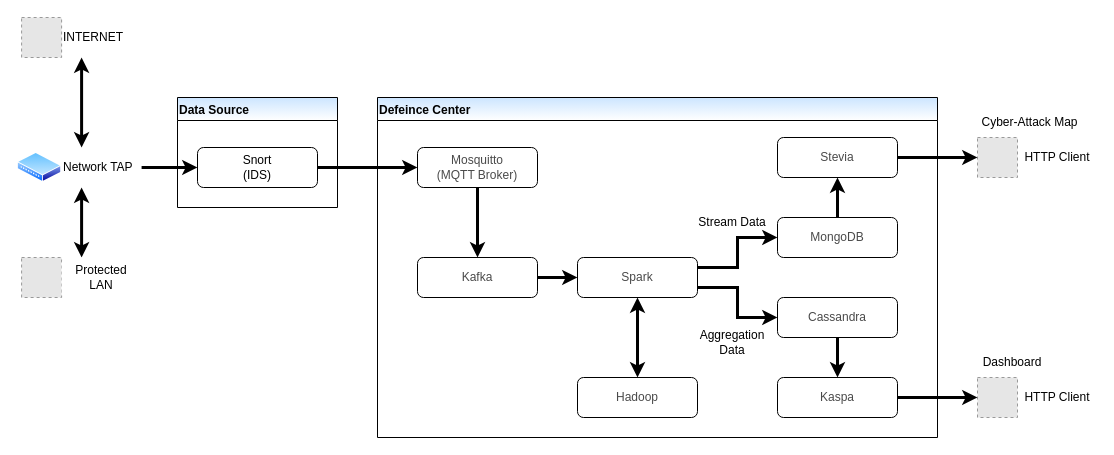
mata-elang-stable/DevelopersGuide keeps this draw.io diagram as page "R&D" (1 of 22) of Developer's Guide/MataElang Services.drawio. Above is the earlier version. Source tidied: cells renumbered, new cells numbered last; positions are measured from the earlier drawing's top-left corner, leaving out a move shared by most shapes. Both pictures are drawn from the tidied source at 100%, with x=0, y=0 at pixel (17, 17). Pictures stored in the file or linked from it are replaced by grey dashed boxes.
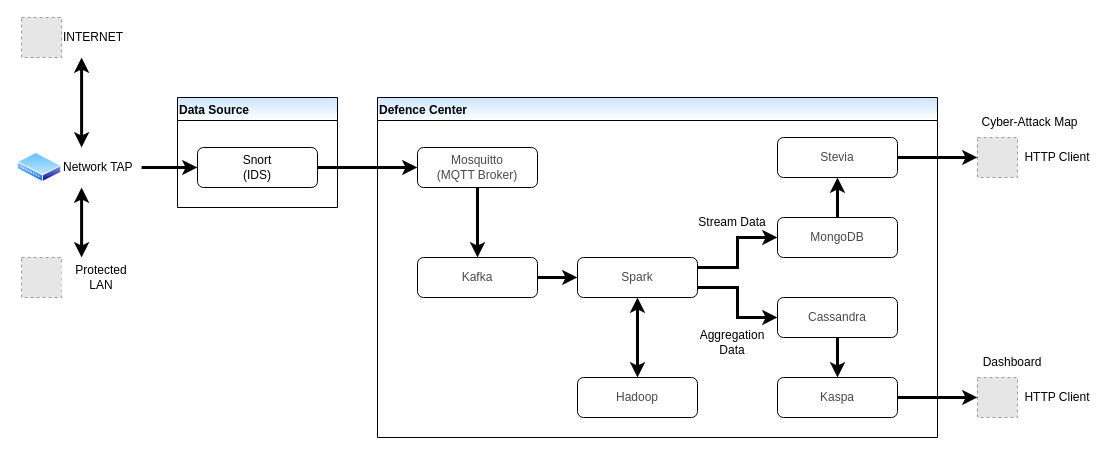
After the change.

Diff of the diagram source:
```diff
@@
-    <mxCell id="17" value="Defeince Center" style="swimlane;strokeColor=default;fillColor=#CCE5FF;align=left;gradientColor=#ffffff;swimlaneFillColor=none;" parent="1" vertex="1">
+    <mxCell id="17" value="Defence Center" style="swimlane;strokeColor=default;fillColor=#CCE5FF;align=left;gradientColor=#ffffff;swimlaneFillColor=none;" parent="1" vertex="1">
       <mxGeometry x="360" y="80" width="560" height="340" as="geometry" />
     </mxCell>
```
